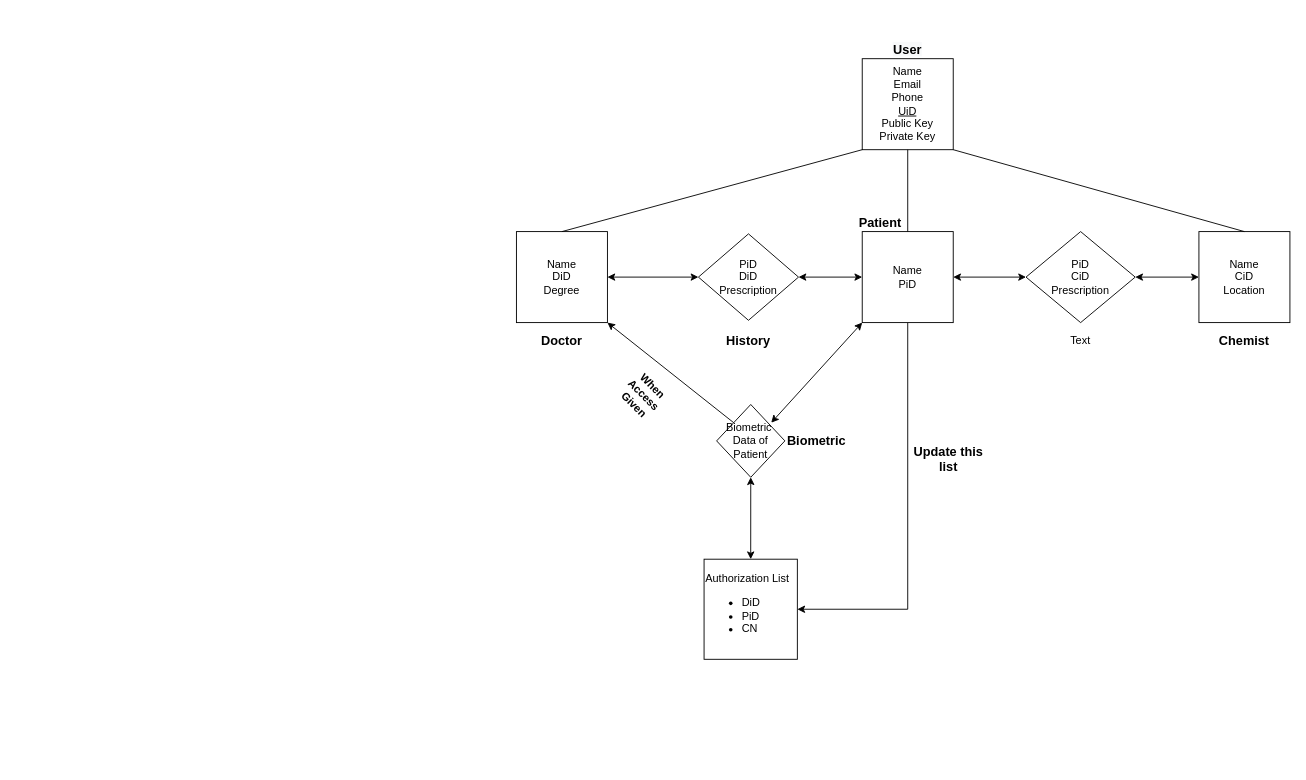
TeamRocketBalleBalle/RICA-Remastered keeps this draw.io diagram as Flowcharts/ERModel.drawio. Above is the earlier version. Source tidied: cells renumbered, new cells numbered last; positions are measured from the earlier drawing's top-left corner, leaving out a move shared by most shapes. Both pictures are drawn from the tidied source at 91%, with x=0, y=0 at pixel (516, 40).
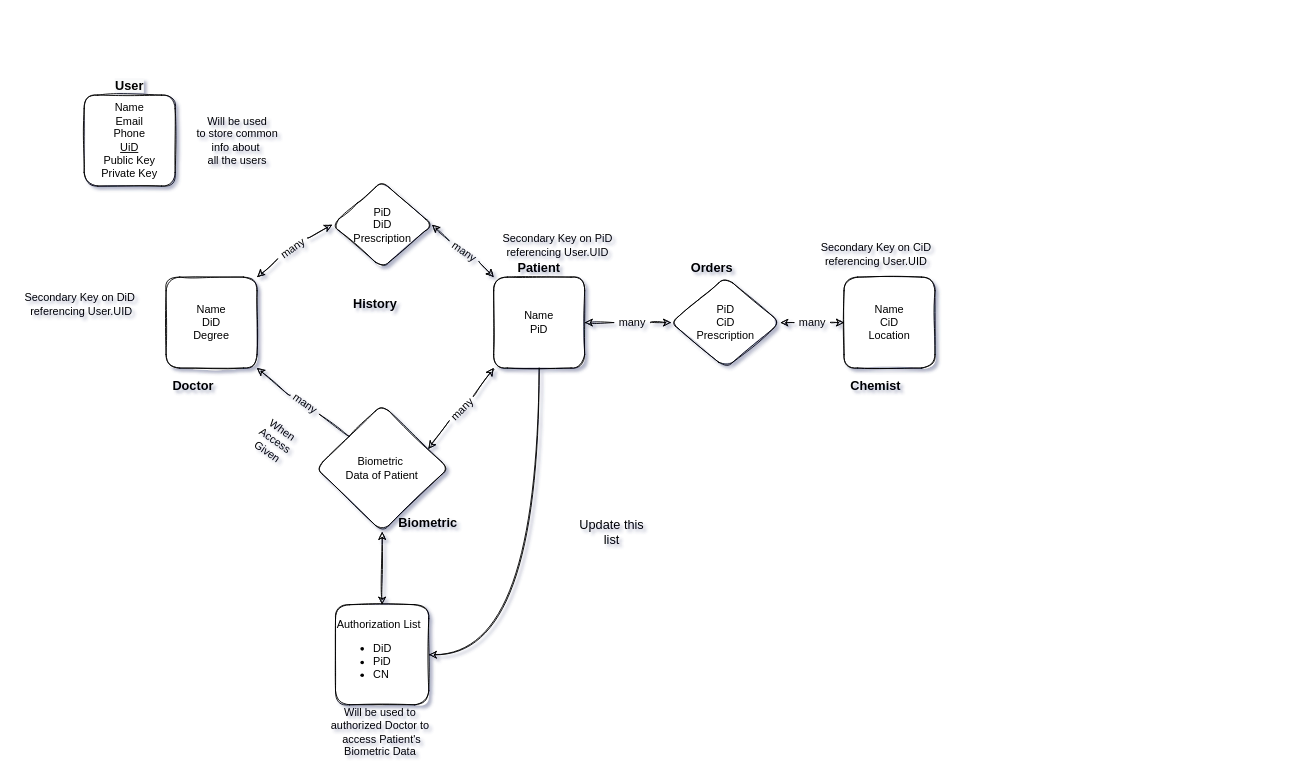
After the change.

The edit, as a diff of the source:
```diff
@@
-<mxGraphModel>
+<mxGraphModel shadow="1">
@@
-    <mxCell id="2" value="Name&lt;br&gt;Email&lt;br&gt;Phone&lt;br&gt;&lt;u&gt;UiD&lt;/u&gt;&lt;br&gt;Public Key&lt;br&gt;Private Key" style="whiteSpace=wrap;html=1;" parent="1" vertex="1">
-      <mxGeometry x="380" y="20" width="100" height="100" as="geometry" />
+    <mxCell id="2" value="Name&lt;br&gt;Email&lt;br&gt;Phone&lt;br&gt;&lt;u&gt;UiD&lt;/u&gt;&lt;br&gt;Public Key&lt;br&gt;Private Key" style="whiteSpace=wrap;html=1;sketch=1;rounded=1;" parent="1" vertex="1">
+      <mxGeometry x="-475" y="60" width="100" height="100" as="geometry" />
     </mxCell>
-    <mxCell id="3" value="&#10;&#10;&lt;b style=&quot;color: rgb(0, 0, 0); font-family: helvetica; font-style: normal; letter-spacing: normal; text-align: center; text-indent: 0px; text-transform: none; word-spacing: 0px; background-color: rgb(248, 249, 250); font-size: 14px;&quot;&gt;User&lt;br&gt;&lt;/b&gt;&#10;&#10;" style="text;html=1;strokeColor=none;fillColor=none;align=center;verticalAlign=middle;whiteSpace=wrap;rounded=0;" parent="1" vertex="1">
-      <mxGeometry x="410" width="40" height="20" as="geometry" />
+    <mxCell id="3" value="&#10;&#10;&lt;b style=&quot;color: rgb(0, 0, 0); font-family: helvetica; font-style: normal; letter-spacing: normal; text-align: center; text-indent: 0px; text-transform: none; word-spacing: 0px; background-color: rgb(248, 249, 250); font-size: 14px;&quot;&gt;User&lt;br&gt;&lt;/b&gt;&#10;&#10;" style="text;html=1;strokeColor=none;fillColor=none;align=center;verticalAlign=middle;whiteSpace=wrap;sketch=1;rounded=1;" parent="1" vertex="1">
+      <mxGeometry x="-445" y="40" width="40" height="20" as="geometry" />
     </mxCell>
-    <mxCell id="4" style="edgeStyle=orthogonalEdgeStyle;rounded=0;jettySize=auto;html=1;exitX=0.5;exitY=1;exitDx=0;exitDy=0;entryX=1;entryY=0.5;entryDx=0;entryDy=0;" parent="1" edge="1" source="5" target="23">
+    <mxCell id="4" style="edgeStyle=orthogonalEdgeStyle;jettySize=auto;html=1;exitX=0.5;exitY=1;exitDx=0;exitDy=0;entryX=1;entryY=0.5;entryDx=0;entryDy=0;curved=1;sketch=1;" parent="1" edge="1" source="5" target="23">
       <mxGeometry relative="1" as="geometry" />
     </mxCell>
-    <mxCell id="5" value="Name&lt;br&gt;PiD&lt;br&gt;" style="whiteSpace=wrap;html=1;" parent="1" vertex="1">
-      <mxGeometry x="380" y="210" width="100" height="100" as="geometry" />
+    <mxCell id="5" value="Name&lt;br&gt;PiD&lt;br&gt;" style="whiteSpace=wrap;html=1;sketch=1;rounded=1;" parent="1" vertex="1">
+      <mxGeometry x="-25" y="260" width="100" height="100" as="geometry" />
     </mxCell>
-    <mxCell id="6" value="Name&lt;br&gt;DiD&lt;br&gt;Degree" style="whiteSpace=wrap;html=1;" parent="1" vertex="1">
-      <mxGeometry y="210" width="100" height="100" as="geometry" />
+    <mxCell id="6" value="Name&lt;br&gt;DiD&lt;br&gt;Degree" style="whiteSpace=wrap;html=1;sketch=1;rounded=1;" parent="1" vertex="1">
+      <mxGeometry x="-385" y="260" width="100" height="100" as="geometry" />
     </mxCell>
-    <mxCell id="7" value="Name&lt;br&gt;CiD&lt;br&gt;Location" style="whiteSpace=wrap;html=1;" parent="1" vertex="1">
-      <mxGeometry x="750" y="210" width="100" height="100" as="geometry" />
+    <mxCell id="7" value="Name&lt;br&gt;CiD&lt;br&gt;Location" style="whiteSpace=wrap;html=1;sketch=1;rounded=1;" parent="1" vertex="1">
+      <mxGeometry x="360" y="260" width="100" height="100" as="geometry" />
     </mxCell>
-    <mxCell id="8" style="endArrow=none;html=1;entryX=0.5;entryY=1;entryDx=0;entryDy=0;exitX=0.5;exitY=0;exitDx=0;exitDy=0;" parent="1" edge="1" source="5" target="2">
-      <mxGeometry relative="1" as="geometry" />
-    </mxCell>
-    <mxCell id="9" style="endArrow=none;html=1;entryX=0;entryY=1;entryDx=0;entryDy=0;exitX=0.5;exitY=0;exitDx=0;exitDy=0;" parent="1" edge="1" source="6" target="2">
-      <mxGeometry relative="1" as="geometry" />
-    </mxCell>
-    <mxCell id="10" style="endArrow=none;html=1;entryX=1;entryY=1;entryDx=0;entryDy=0;exitX=0.5;exitY=0;exitDx=0;exitDy=0;" parent="1" edge="1" source="7" target="2">
-      <mxGeometry relative="1" as="geometry" />
-    </mxCell>
-    <mxCell id="11" value="PiD&lt;br&gt;DiD&lt;br&gt;Prescription&lt;br&gt;" style="rhombus;whiteSpace=wrap;html=1;" parent="1" vertex="1">
-      <mxGeometry x="200" y="212.5" width="110" height="95" as="geometry" />
+    <mxCell id="11" value="PiD&lt;br&gt;DiD&lt;br&gt;Prescription&lt;br&gt;" style="rhombus;whiteSpace=wrap;html=1;sketch=1;rounded=1;" parent="1" vertex="1">
+      <mxGeometry x="-202.5" y="155" width="110" height="95" as="geometry" />
     </mxCell>
-    <mxCell id="12" value="&lt;b&gt;&lt;font style=&quot;font-size: 14px&quot;&gt;Patient&lt;/font&gt;&lt;/b&gt;" style="text;html=1;strokeColor=none;fillColor=none;align=center;verticalAlign=middle;whiteSpace=wrap;rounded=0;" parent="1" vertex="1">
-      <mxGeometry x="380" y="190" width="40" height="20" as="geometry" />
+    <mxCell id="12" value="&lt;b&gt;&lt;font style=&quot;font-size: 14px&quot;&gt;Patient&lt;/font&gt;&lt;/b&gt;" style="text;html=1;strokeColor=none;fillColor=none;align=center;verticalAlign=middle;whiteSpace=wrap;sketch=1;rounded=1;" parent="1" vertex="1">
+      <mxGeometry x="5" y="240" width="40" height="20" as="geometry" />
     </mxCell>
-    <mxCell id="13" value="&lt;b&gt;&lt;font style=&quot;font-size: 14px&quot;&gt;Doctor&lt;/font&gt;&lt;/b&gt;" style="text;html=1;strokeColor=none;fillColor=none;align=center;verticalAlign=middle;whiteSpace=wrap;rounded=0;" parent="1" vertex="1">
-      <mxGeometry x="30" y="320" width="40" height="20" as="geometry" />
+    <mxCell id="13" value="&lt;b&gt;&lt;font style=&quot;font-size: 14px&quot;&gt;Doctor&lt;/font&gt;&lt;/b&gt;" style="text;html=1;strokeColor=none;fillColor=none;align=center;verticalAlign=middle;whiteSpace=wrap;sketch=1;rounded=1;" parent="1" vertex="1">
+      <mxGeometry x="-375" y="370" width="40" height="20" as="geometry" />
     </mxCell>
-    <mxCell id="14" value="&lt;b&gt;&lt;font style=&quot;font-size: 14px&quot;&gt;History&lt;/font&gt;&lt;/b&gt;" style="text;html=1;strokeColor=none;fillColor=none;align=center;verticalAlign=middle;whiteSpace=wrap;rounded=0;" parent="1" vertex="1">
-      <mxGeometry x="235" y="320" width="40" height="20" as="geometry" />
+    <mxCell id="14" value="&lt;b&gt;&lt;font style=&quot;font-size: 14px&quot;&gt;History&lt;/font&gt;&lt;/b&gt;" style="text;html=1;strokeColor=none;fillColor=none;align=center;verticalAlign=middle;whiteSpace=wrap;sketch=1;rounded=1;" parent="1" vertex="1">
+      <mxGeometry x="-175" y="280" width="40" height="20" as="geometry" />
     </mxCell>
-    <mxCell id="15" value="Text" style="text;html=1;strokeColor=none;fillColor=none;align=center;verticalAlign=middle;whiteSpace=wrap;rounded=0;" parent="1" vertex="1">
-      <mxGeometry x="600" y="320" width="40" height="20" as="geometry" />
+    <mxCell id="15" value="&lt;b&gt;&lt;font style=&quot;font-size: 14px&quot;&gt;Orders&lt;/font&gt;&lt;/b&gt;" style="text;html=1;strokeColor=none;fillColor=none;align=center;verticalAlign=middle;whiteSpace=wrap;sketch=1;rounded=1;" parent="1" vertex="1">
+      <mxGeometry x="195" y="240" width="40" height="20" as="geometry" />
     </mxCell>
-    <mxCell id="16" value="PiD&lt;br&gt;CiD&lt;br&gt;Prescription" style="rhombus;whiteSpace=wrap;html=1;" parent="1" vertex="1">
-      <mxGeometry x="560" y="210" width="120" height="100" as="geometry" />
+    <mxCell id="16" value="PiD&lt;br&gt;CiD&lt;br&gt;Prescription" style="rhombus;whiteSpace=wrap;html=1;sketch=1;rounded=1;" parent="1" vertex="1">
+      <mxGeometry x="170" y="260" width="120" height="100" as="geometry" />
     </mxCell>
-    <mxCell id="17" value="&lt;b&gt;&lt;font style=&quot;font-size: 14px&quot;&gt;Chemist&lt;/font&gt;&lt;/b&gt;" style="text;html=1;strokeColor=none;fillColor=none;align=center;verticalAlign=middle;whiteSpace=wrap;rounded=0;" parent="1" vertex="1">
-      <mxGeometry x="780" y="320" width="40" height="20" as="geometry" />
+    <mxCell id="17" value="&lt;b&gt;&lt;font style=&quot;font-size: 14px&quot;&gt;Chemist&lt;/font&gt;&lt;/b&gt;" style="text;html=1;strokeColor=none;fillColor=none;align=center;verticalAlign=middle;whiteSpace=wrap;sketch=1;rounded=1;" parent="1" vertex="1">
+      <mxGeometry x="375" y="370" width="40" height="20" as="geometry" />
     </mxCell>
-    <mxCell id="18" value="Biometric&amp;nbsp;&lt;br&gt;Data of Patient" style="rhombus;whiteSpace=wrap;html=1;" parent="1" vertex="1">
-      <mxGeometry x="220" y="400" width="75" height="80" as="geometry" />
+    <mxCell id="18" value="Biometric&amp;nbsp;&lt;br&gt;Data of Patient" style="rhombus;whiteSpace=wrap;html=1;sketch=1;rounded=1;" parent="1" vertex="1">
+      <mxGeometry x="-220" y="400" width="145" height="140" as="geometry" />
     </mxCell>
-    <mxCell id="19" style="endArrow=classic;startArrow=classic;html=1;entryX=0;entryY=1;entryDx=0;entryDy=0;" parent="1" edge="1" target="5">
-      <mxGeometry relative="1" as="geometry">
-        <mxPoint x="280" y="420" as="sourcePoint" />
-      </mxGeometry>
+    <mxCell id="19" style="endArrow=classic;startArrow=none;html=1;entryX=0;entryY=1;entryDx=0;entryDy=0;exitX=0.971;exitY=0.448;exitDx=0;exitDy=0;exitPerimeter=0;curved=1;sketch=1;" parent="1" edge="1" source="45" target="5">
+      <mxGeometry relative="1" as="geometry" />
     </mxCell>
-    <mxCell id="20" style="endArrow=classic;html=1;entryX=1;entryY=1;entryDx=0;entryDy=0;exitX=0;exitY=0;exitDx=0;exitDy=0;" parent="1" edge="1" source="18" target="6">
+    <mxCell id="20" style="endArrow=classic;html=1;entryX=1;entryY=1;entryDx=0;entryDy=0;exitX=0.037;exitY=0.612;exitDx=0;exitDy=0;curved=1;sketch=1;startArrow=none;exitPerimeter=0;" parent="1" edge="1" source="47" target="6">
       <mxGeometry relative="1" as="geometry" />
     </mxCell>
-    <mxCell id="21" value="&lt;b&gt;When Access Given&lt;/b&gt;" style="text;html=1;strokeColor=none;fillColor=none;align=center;verticalAlign=middle;whiteSpace=wrap;rounded=0;rotation=45;" parent="1" vertex="1">
-      <mxGeometry x="120" y="380" width="40" height="20" as="geometry" />
+    <mxCell id="21" value="When Access Given&lt;br&gt;" style="text;html=1;strokeColor=none;fillColor=none;align=center;verticalAlign=middle;whiteSpace=wrap;rotation=35;sketch=1;rounded=1;" parent="1" vertex="1">
+      <mxGeometry x="-285" y="430" width="40" height="20" as="geometry" />
     </mxCell>
-    <mxCell id="22" value="&lt;b&gt;&lt;font style=&quot;font-size: 14px&quot;&gt;Biometric&lt;/font&gt;&lt;/b&gt;" style="text;html=1;strokeColor=none;fillColor=none;align=center;verticalAlign=middle;whiteSpace=wrap;rounded=0;" parent="1" vertex="1">
-      <mxGeometry x="310" y="430" width="40" height="20" as="geometry" />
+    <mxCell id="22" value="&lt;b&gt;&lt;font style=&quot;font-size: 14px&quot;&gt;Biometric&lt;/font&gt;&lt;/b&gt;" style="text;html=1;strokeColor=none;fillColor=none;align=center;verticalAlign=middle;whiteSpace=wrap;sketch=1;rounded=1;" parent="1" vertex="1">
+      <mxGeometry x="-117.5" y="520" width="40" height="20" as="geometry" />
     </mxCell>
-    <mxCell id="23" value="Authorization List&lt;br&gt;&lt;ul&gt;&lt;li&gt;DiD&lt;/li&gt;&lt;li&gt;PiD&lt;/li&gt;&lt;li&gt;CN&lt;/li&gt;&lt;/ul&gt;" style="whiteSpace=wrap;html=1;align=left;" parent="1" vertex="1">
-      <mxGeometry x="206.2" y="570" width="102.5" height="110" as="geometry" />
+    <mxCell id="23" value="Authorization List&lt;br&gt;&lt;ul&gt;&lt;li&gt;DiD&lt;/li&gt;&lt;li&gt;PiD&lt;/li&gt;&lt;li&gt;CN&lt;/li&gt;&lt;/ul&gt;" style="whiteSpace=wrap;html=1;align=left;sketch=1;rounded=1;" parent="1" vertex="1">
+      <mxGeometry x="-198.8" y="620" width="102.5" height="110" as="geometry" />
     </mxCell>
-    <mxCell id="24" style="endArrow=classic;startArrow=classic;html=1;exitX=0.5;exitY=0;exitDx=0;exitDy=0;entryX=0.5;entryY=1;entryDx=0;entryDy=0;" parent="1" edge="1" source="23" target="18">
+    <mxCell id="24" style="endArrow=classic;startArrow=classic;html=1;exitX=0.5;exitY=0;exitDx=0;exitDy=0;entryX=0.5;entryY=1;entryDx=0;entryDy=0;curved=1;sketch=1;" parent="1" edge="1" source="23" target="18">
       <mxGeometry relative="1" as="geometry" />
     </mxCell>
-    <mxCell id="25" value="&lt;b&gt;&lt;font style=&quot;font-size: 14px&quot;&gt;Update this list&lt;/font&gt;&lt;/b&gt;" style="text;html=1;strokeColor=none;fillColor=none;align=center;verticalAlign=middle;whiteSpace=wrap;rounded=0;" parent="1" vertex="1">
-      <mxGeometry x="430" y="450" width="90" height="20" as="geometry" />
+    <mxCell id="25" value="&lt;font style=&quot;font-size: 14px&quot;&gt;Update this list&lt;/font&gt;" style="text;html=1;strokeColor=none;fillColor=none;align=center;verticalAlign=middle;whiteSpace=wrap;sketch=1;rounded=1;" parent="1" vertex="1">
+      <mxGeometry x="60" y="530" width="90" height="20" as="geometry" />
     </mxCell>
-    <mxCell id="26" style="endArrow=classic;startArrow=classic;html=1;entryX=0;entryY=0.5;entryDx=0;entryDy=0;exitX=1;exitY=0.5;exitDx=0;exitDy=0;" parent="1" edge="1" source="11" target="5">
-      <mxGeometry relative="1" as="geometry" />
-    </mxCell>
-    <mxCell id="27" style="endArrow=classic;startArrow=classic;html=1;exitX=1;exitY=0.5;exitDx=0;exitDy=0;entryX=0;entryY=0.5;entryDx=0;entryDy=0;" parent="1" edge="1" source="6" target="11">
-      <mxGeometry relative="1" as="geometry" />
-    </mxCell>
-    <mxCell id="28" style="endArrow=classic;startArrow=classic;html=1;exitX=1;exitY=0.5;exitDx=0;exitDy=0;entryX=0;entryY=0.5;entryDx=0;entryDy=0;" parent="1" edge="1" source="5" target="16">
+    <mxCell id="28" style="endArrow=classic;startArrow=none;html=1;exitX=1;exitY=0.5;exitDx=0;exitDy=0;entryX=0;entryY=0.5;entryDx=0;entryDy=0;curved=1;sketch=1;" parent="1" edge="1" source="37" target="16">
       <mxGeometry relative="1" as="geometry" />
     </mxCell>
-    <mxCell id="29" style="endArrow=classic;startArrow=classic;html=1;entryX=0;entryY=0.5;entryDx=0;entryDy=0;exitX=1;exitY=0.5;exitDx=0;exitDy=0;" parent="1" edge="1" source="16" target="7">
+    <mxCell id="29" style="endArrow=classic;startArrow=none;html=1;entryX=0;entryY=0.5;entryDx=0;entryDy=0;exitX=1;exitY=0.5;exitDx=0;exitDy=0;curved=1;sketch=1;" parent="1" edge="1" source="35" target="7">
       <mxGeometry relative="1" as="geometry" />
     </mxCell>
+    <mxCell id="30" value="Secondary Key on DiD&lt;br&gt;&amp;nbsp;referencing User.UID" style="text;html=1;align=center;verticalAlign=middle;strokeColor=none;fillColor=none;sketch=1;rounded=1;" parent="1" vertex="1">
+      <mxGeometry x="-550" y="275" width="140" height="30" as="geometry" />
+    </mxCell>
+    <mxCell id="31" value="Secondary Key on PiD &lt;br&gt;referencing User.UID" style="text;html=1;align=center;verticalAlign=middle;strokeColor=none;fillColor=none;sketch=1;rounded=1;" parent="1" vertex="1">
+      <mxGeometry x="-25" y="210" width="140" height="30" as="geometry" />
+    </mxCell>
+    <mxCell id="32" value="Secondary Key on CiD &lt;br&gt;referencing User.UID" style="text;html=1;align=center;verticalAlign=middle;strokeColor=none;fillColor=none;sketch=1;rounded=1;" parent="1" vertex="1">
+      <mxGeometry x="325" y="220" width="140" height="30" as="geometry" />
+    </mxCell>
+    <mxCell id="33" value="Will be used to&lt;br&gt;authorized Doctor to&lt;br&gt;&amp;nbsp;access Patient's&lt;br&gt;Biometric Data&lt;br&gt;" style="text;html=1;align=center;verticalAlign=middle;strokeColor=none;fillColor=none;sketch=1;rounded=1;" parent="1" vertex="1">
+      <mxGeometry x="-210" y="730" width="120" height="60" as="geometry" />
+    </mxCell>
+    <mxCell id="34" value="Will be used&lt;br&gt;to store common&lt;br&gt;info about&amp;nbsp;&lt;br&gt;all the users&lt;br&gt;" style="text;html=1;align=center;verticalAlign=middle;strokeColor=none;fillColor=none;rounded=1;" parent="1" vertex="1">
+      <mxGeometry x="-357" y="80" width="100" height="60" as="geometry" />
+    </mxCell>
+    <mxCell id="35" value="many" style="text;html=1;align=center;verticalAlign=middle;points=[];strokeColor=none;fillColor=none;rounded=1;" parent="1" vertex="1">
+      <mxGeometry x="305" y="298.5" width="40" height="23" as="geometry" />
+    </mxCell>
+    <mxCell id="36" style="endArrow=none;startArrow=classic;html=1;entryX=0;entryY=0.5;entryDx=0;entryDy=0;exitX=1;exitY=0.5;exitDx=0;exitDy=0;curved=1;sketch=1;" parent="1" edge="1" source="16" target="35">
+      <mxGeometry relative="1" as="geometry" />
+    </mxCell>
+    <mxCell id="37" value="many" style="text;html=1;align=center;verticalAlign=middle;points=[];strokeColor=none;fillColor=none;rounded=1;" parent="1" vertex="1">
+      <mxGeometry x="107" y="298.5" width="40" height="23" as="geometry" />
+    </mxCell>
+    <mxCell id="38" style="endArrow=none;startArrow=classic;html=1;exitX=1;exitY=0.5;exitDx=0;exitDy=0;entryX=0;entryY=0.5;entryDx=0;entryDy=0;curved=1;sketch=1;" parent="1" edge="1" source="5" target="37">
+      <mxGeometry relative="1" as="geometry" />
+    </mxCell>
+    <mxCell id="39" style="endArrow=classic;startArrow=none;html=1;exitX=1;exitY=0.5;exitDx=0;exitDy=0;entryX=0;entryY=0.5;entryDx=0;entryDy=0;curved=1;sketch=1;" parent="1" edge="1" source="40" target="11">
+      <mxGeometry relative="1" as="geometry" />
+    </mxCell>
+    <mxCell id="40" value="many" style="text;html=1;align=center;verticalAlign=middle;points=[];strokeColor=none;fillColor=none;rotation=325;rounded=1;" parent="1" vertex="1">
+      <mxGeometry x="-266" y="217" width="40" height="23" as="geometry" />
+    </mxCell>
+    <mxCell id="41" style="endArrow=none;startArrow=classic;html=1;exitX=1;exitY=0;exitDx=0;exitDy=0;entryX=0;entryY=0.5;entryDx=0;entryDy=0;curved=1;sketch=1;" parent="1" edge="1" source="6" target="40">
+      <mxGeometry relative="1" as="geometry" />
+    </mxCell>
+    <mxCell id="42" style="endArrow=classic;startArrow=none;html=1;exitX=1;exitY=0.5;exitDx=0;exitDy=0;entryX=0;entryY=0;entryDx=0;entryDy=0;curved=1;sketch=1;" parent="1" edge="1" source="43" target="5">
+      <mxGeometry relative="1" as="geometry" />
+    </mxCell>
+    <mxCell id="43" value="many" style="text;html=1;align=center;verticalAlign=middle;points=[];strokeColor=none;fillColor=none;rotation=35;rounded=1;" parent="1" vertex="1">
+      <mxGeometry x="-77.5" y="220" width="40" height="23" as="geometry" />
+    </mxCell>
+    <mxCell id="44" style="endArrow=none;startArrow=classic;html=1;exitX=1;exitY=0.5;exitDx=0;exitDy=0;entryX=0;entryY=0.5;entryDx=0;entryDy=0;curved=1;sketch=1;" parent="1" edge="1" source="11" target="43">
+      <mxGeometry relative="1" as="geometry" />
+    </mxCell>
+    <mxCell id="45" value="many" style="text;html=1;align=center;verticalAlign=middle;points=[];strokeColor=none;fillColor=none;rotation=-45;rounded=1;" parent="1" vertex="1">
+      <mxGeometry x="-80" y="394" width="40" height="23" as="geometry" />
+    </mxCell>
+    <mxCell id="46" style="endArrow=none;startArrow=classic;html=1;entryX=0.035;entryY=0.456;entryDx=0;entryDy=0;exitX=0.85;exitY=0.348;exitDx=0;exitDy=0;exitPerimeter=0;curved=1;sketch=1;entryPerimeter=0;" parent="1" edge="1" source="18" target="45">
+      <mxGeometry relative="1" as="geometry" />
+    </mxCell>
+    <mxCell id="47" value="many" style="text;html=1;align=center;verticalAlign=middle;points=[];strokeColor=none;fillColor=none;rotation=35;rounded=1;" parent="1" vertex="1">
+      <mxGeometry x="-252" y="387" width="40" height="23" as="geometry" />
+    </mxCell>
+    <mxCell id="48" style="endArrow=none;html=1;entryX=0.989;entryY=0.552;entryDx=0;entryDy=0;exitX=0;exitY=0;exitDx=0;exitDy=0;curved=1;sketch=1;entryPerimeter=0;" parent="1" edge="1" source="18" target="47">
+      <mxGeometry relative="1" as="geometry" />
+    </mxCell>
```
